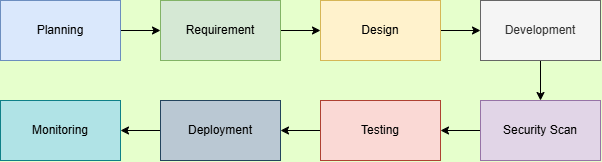
This is docs/diagrams/sdlc-devsecops.png from lifzip/nura, a draw.io export, as it was before one commit. Source tidied: cells renumbered, new cells last; positions are measured from the earlier drawing's top-left corner, leaving out a move shared by most shapes.
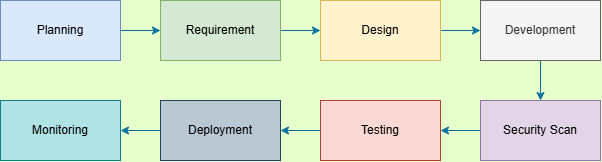
The same diagram one commit later.

Diff of the diagram source:
```diff
@@ -2,43 +2,43 @@
   <root>
     <mxCell id="0" />
     <mxCell id="1" parent="0" />
-    <mxCell id="2" style="edgeStyle=orthogonalEdgeStyle;rounded=0;jettySize=auto;html=1;" parent="1" edge="1" source="3" target="5">
+    <mxCell id="2" style="edgeStyle=orthogonalEdgeStyle;rounded=0;jettySize=auto;html=1;fillColor=#b1ddf0;strokeColor=#10739e;" parent="1" edge="1" source="3" target="5">
       <mxGeometry relative="1" as="geometry" />
     </mxCell>
     <mxCell id="3" value="Planning" style="rounded=0;whiteSpace=wrap;html=1;fillColor=#dae8fc;strokeColor=#6c8ebf;" parent="1" vertex="1">
       <mxGeometry width="120" height="60" as="geometry" />
     </mxCell>
-    <mxCell id="4" style="edgeStyle=orthogonalEdgeStyle;rounded=0;jettySize=auto;html=1;" parent="1" edge="1" source="5" target="7">
+    <mxCell id="4" style="edgeStyle=orthogonalEdgeStyle;rounded=0;jettySize=auto;html=1;fillColor=#b1ddf0;strokeColor=#10739e;" parent="1" edge="1" source="5" target="7">
       <mxGeometry relative="1" as="geometry" />
     </mxCell>
     <mxCell id="5" value="Requirement" style="rounded=0;whiteSpace=wrap;html=1;fillColor=#d5e8d4;strokeColor=#82b366;" parent="1" vertex="1">
       <mxGeometry x="160" width="120" height="60" as="geometry" />
     </mxCell>
-    <mxCell id="6" style="edgeStyle=orthogonalEdgeStyle;rounded=0;jettySize=auto;html=1;" parent="1" edge="1" source="7" target="9">
+    <mxCell id="6" style="edgeStyle=orthogonalEdgeStyle;rounded=0;jettySize=auto;html=1;fillColor=#b1ddf0;strokeColor=#10739e;" parent="1" edge="1" source="7" target="9">
       <mxGeometry relative="1" as="geometry" />
     </mxCell>
     <mxCell id="7" value="Design" style="rounded=0;whiteSpace=wrap;html=1;fillColor=#fff2cc;strokeColor=#d6b656;" parent="1" vertex="1">
       <mxGeometry x="320" width="120" height="60" as="geometry" />
     </mxCell>
-    <mxCell id="8" style="edgeStyle=orthogonalEdgeStyle;rounded=0;jettySize=auto;html=1;" parent="1" edge="1" source="9" target="11">
+    <mxCell id="8" style="edgeStyle=orthogonalEdgeStyle;rounded=0;jettySize=auto;html=1;fillColor=#b1ddf0;strokeColor=#10739e;" parent="1" edge="1" source="9" target="11">
       <mxGeometry relative="1" as="geometry" />
     </mxCell>
     <mxCell id="9" value="Development" style="rounded=0;whiteSpace=wrap;html=1;fillColor=#f5f5f5;fontColor=#333333;strokeColor=#666666;" parent="1" vertex="1">
       <mxGeometry x="480" width="120" height="60" as="geometry" />
     </mxCell>
-    <mxCell id="10" style="edgeStyle=orthogonalEdgeStyle;rounded=0;jettySize=auto;html=1;" parent="1" edge="1" source="11" target="13">
+    <mxCell id="10" style="edgeStyle=orthogonalEdgeStyle;rounded=0;jettySize=auto;html=1;fillColor=#b1ddf0;strokeColor=#10739e;" parent="1" edge="1" source="11" target="13">
       <mxGeometry relative="1" as="geometry" />
     </mxCell>
     <mxCell id="11" value="Security Scan" style="rounded=0;whiteSpace=wrap;html=1;fillColor=#e1d5e7;strokeColor=#9673a6;" parent="1" vertex="1">
       <mxGeometry x="480" y="100" width="120" height="60" as="geometry" />
     </mxCell>
-    <mxCell id="12" style="edgeStyle=orthogonalEdgeStyle;rounded=0;jettySize=auto;html=1;" parent="1" edge="1" source="13" target="15">
+    <mxCell id="12" style="edgeStyle=orthogonalEdgeStyle;rounded=0;jettySize=auto;html=1;fillColor=#b1ddf0;strokeColor=#10739e;" parent="1" edge="1" source="13" target="15">
       <mxGeometry relative="1" as="geometry" />
     </mxCell>
     <mxCell id="13" value="Testing" style="rounded=0;whiteSpace=wrap;html=1;fillColor=#fad9d5;strokeColor=#ae4132;" parent="1" vertex="1">
       <mxGeometry x="320" y="100" width="120" height="60" as="geometry" />
     </mxCell>
-    <mxCell id="14" style="edgeStyle=orthogonalEdgeStyle;rounded=0;jettySize=auto;html=1;" parent="1" edge="1" source="15" target="16">
+    <mxCell id="14" style="edgeStyle=orthogonalEdgeStyle;rounded=0;jettySize=auto;html=1;fillColor=#b1ddf0;strokeColor=#10739e;" parent="1" edge="1" source="15" target="16">
       <mxGeometry relative="1" as="geometry" />
     </mxCell>
     <mxCell id="15" value="Deployment" style="rounded=0;whiteSpace=wrap;html=1;fillColor=#bac8d3;strokeColor=#23445d;" parent="1" vertex="1">
```
